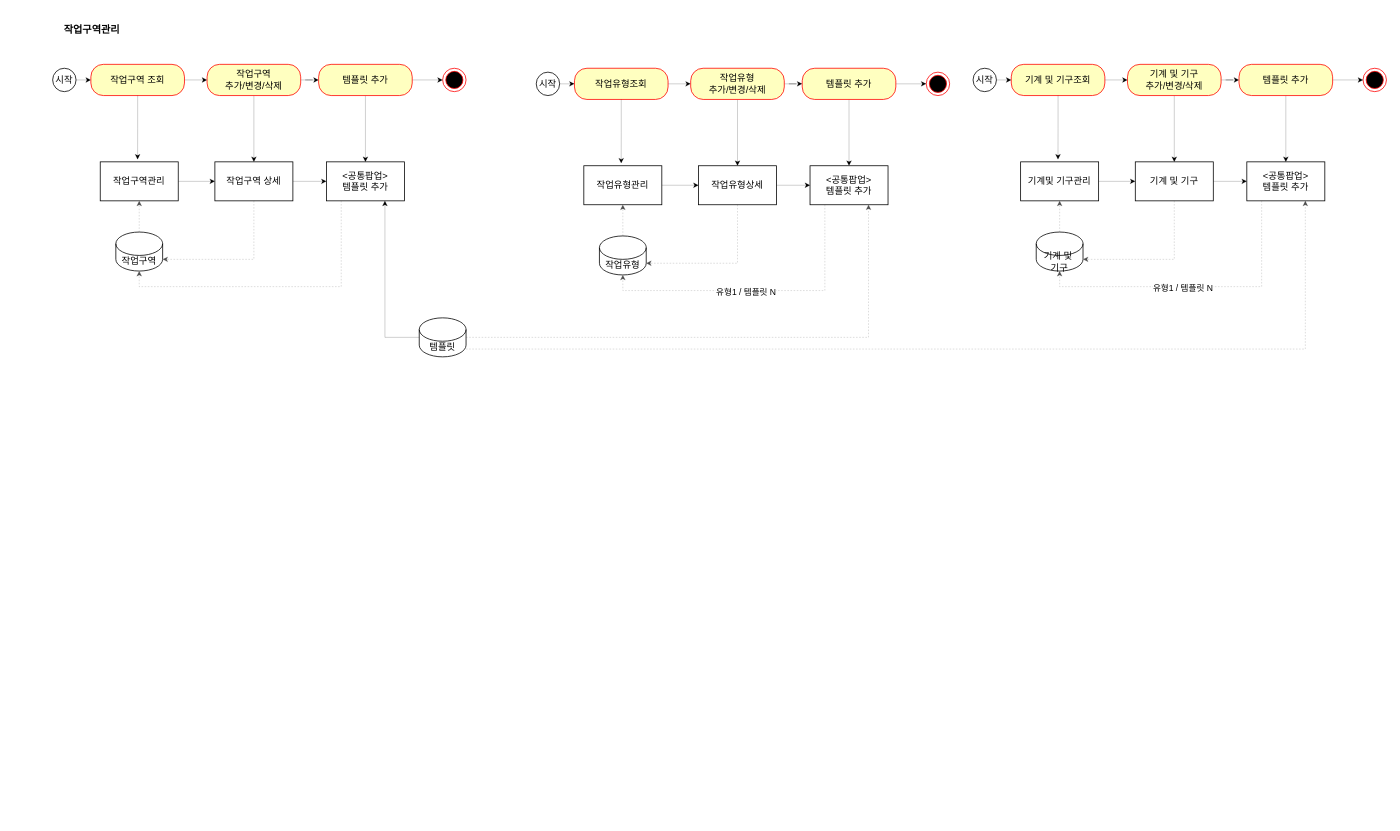
The draw.io diagram 안전관리Process.drawio in HwangHyun/wetube, before the edit. Source tidied: cells renumbered, new cells numbered last; positions are measured from the earlier drawing's top-left corner, leaving out a move shared by most shapes. Both pictures are drawn from the tidied source at 78%, with x=0, y=0 at pixel (52, 13).
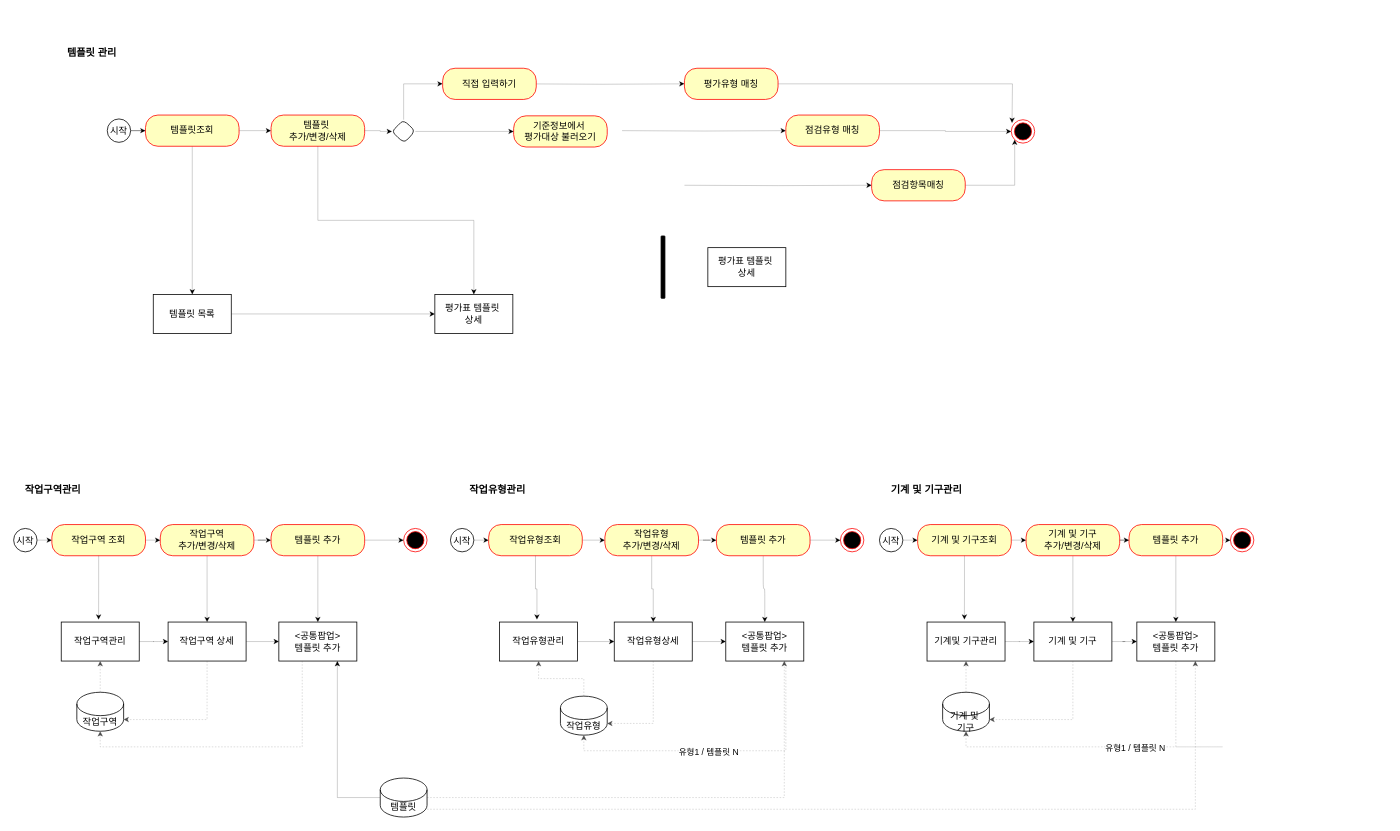
After the change.

Commit message (it also covers changes not shown here):
안전관리Process.drawio 업데이트

Change to the diagram source:
```diff
@@
     <mxCell id="2" style="ellipse;html=1;shape=endState;fillColor=#000000;strokeColor=#ff0000;" parent="1" vertex="1">
-      <mxGeometry x="500" y="70" width="30" height="30" as="geometry" />
+      <mxGeometry x="450" y="660" width="30" height="30" as="geometry" />
     </mxCell>
@@
     <mxCell id="4" value="시작" style="ellipse;" parent="1" vertex="1">
-      <mxGeometry y="70" width="30" height="30" as="geometry" />
+      <mxGeometry x="-50" y="660" width="30" height="30" as="geometry" />
     </mxCell>
@@
     <mxCell id="6" value="작업구역 조회" style="rounded=1;whiteSpace=wrap;html=1;arcSize=40;fontColor=#000000;fillColor=#ffffc0;strokeColor=#ff0000;" parent="1" vertex="1">
-      <mxGeometry x="49" y="65" width="120" height="40" as="geometry" />
+      <mxGeometry x="-1" y="655" width="120" height="40" as="geometry" />
     </mxCell>
@@
     <mxCell id="8" value="작업구역관리" style="html=1;dashed=0;whiteSpace=wrap;" parent="1" vertex="1">
-      <mxGeometry x="61" y="190" width="100" height="50" as="geometry" />
+      <mxGeometry x="11" y="780" width="100" height="50" as="geometry" />
     </mxCell>
@@
     <mxCell id="11" value="작업구역&lt;div&gt;추가/변경/삭제&lt;/div&gt;" style="rounded=1;whiteSpace=wrap;html=1;arcSize=40;fontColor=#000000;fillColor=#ffffc0;strokeColor=#ff0000;" parent="1" vertex="1">
-      <mxGeometry x="198" y="65" width="120" height="40" as="geometry" />
+      <mxGeometry x="138" y="655" width="120" height="40" as="geometry" />
     </mxCell>
@@
     <mxCell id="14" value="템플릿 추가" style="rounded=1;whiteSpace=wrap;html=1;arcSize=40;fontColor=#000000;fillColor=#ffffc0;strokeColor=#ff0000;" parent="1" vertex="1">
-      <mxGeometry x="341" y="65" width="120" height="40" as="geometry" />
+      <mxGeometry x="280" y="655" width="120" height="40" as="geometry" />
     </mxCell>
@@
     <mxCell id="16" value="작업구역" style="shape=cylinder3;whiteSpace=wrap;html=1;boundedLbl=1;backgroundOutline=1;size=15;" parent="1" vertex="1">
-      <mxGeometry x="81" y="280" width="60" height="50" as="geometry" />
+      <mxGeometry x="31" y="870" width="60" height="50" as="geometry" />
     </mxCell>
@@
     <mxCell id="19" value="작업구역 상세" style="html=1;dashed=0;whiteSpace=wrap;" parent="1" vertex="1">
-      <mxGeometry x="208" y="190" width="100" height="50" as="geometry" />
+      <mxGeometry x="148" y="780" width="100" height="50" as="geometry" />
     </mxCell>
@@
     <mxCell id="21" value="&lt;div&gt;&amp;lt;공통팝업&amp;gt;&lt;/div&gt;템플릿 추가" style="html=1;dashed=0;whiteSpace=wrap;" parent="1" vertex="1">
-      <mxGeometry x="351" y="190" width="100" height="50" as="geometry" />
+      <mxGeometry x="290" y="780" width="100" height="50" as="geometry" />
     </mxCell>
@@
     <mxCell id="25" value="템플릿" style="shape=cylinder3;whiteSpace=wrap;html=1;boundedLbl=1;backgroundOutline=1;size=15;" parent="1" vertex="1">
-      <mxGeometry x="470" y="390" width="60" height="50" as="geometry" />
+      <mxGeometry x="420" y="980" width="60" height="50" as="geometry" />
     </mxCell>
     <mxCell id="26" style="edgeStyle=orthogonalEdgeStyle;shape=connector;curved=0;rounded=0;jettySize=auto;html=1;entryX=0.5;entryY=1;entryDx=0;entryDy=0;entryPerimeter=0;strokeColor=#4D4D4D;strokeWidth=0.25;align=center;verticalAlign=middle;fontFamily=Helvetica;fontSize=11;fontColor=default;labelBackgroundColor=default;endArrow=classic;dashed=1;dashPattern=8 8;" parent="1" edge="1" source="21" target="16">
       <mxGeometry relative="1" as="geometry">
         <Array as="points">
-          <mxPoint x="370" y="350" />
-          <mxPoint x="111" y="350" />
+          <mxPoint x="320" y="940" />
+          <mxPoint x="61" y="940" />
         </Array>
       </mxGeometry>
     </mxCell>
     <mxCell id="27" style="ellipse;html=1;shape=endState;fillColor=#000000;strokeColor=#ff0000;" parent="1" vertex="1">
-      <mxGeometry x="1120" y="75" width="30" height="30" as="geometry" />
+      <mxGeometry x="1010" y="660" width="30" height="30" as="geometry" />
     </mxCell>
@@
     <mxCell id="29" value="시작" style="ellipse;" parent="1" vertex="1">
-      <mxGeometry x="620" y="75" width="30" height="30" as="geometry" />
+      <mxGeometry x="510" y="660" width="30" height="30" as="geometry" />
     </mxCell>
@@
     <mxCell id="31" value="작업유형조회" style="rounded=1;whiteSpace=wrap;html=1;arcSize=40;fontColor=#000000;fillColor=#ffffc0;strokeColor=#ff0000;" parent="1" vertex="1">
-      <mxGeometry x="669" y="70" width="120" height="40" as="geometry" />
+      <mxGeometry x="559" y="655" width="120" height="40" as="geometry" />
     </mxCell>
@@
     <mxCell id="33" value="작업유형관리" style="html=1;dashed=0;whiteSpace=wrap;" parent="1" vertex="1">
-      <mxGeometry x="681" y="195" width="100" height="50" as="geometry" />
+      <mxGeometry x="573" y="780" width="100" height="50" as="geometry" />
     </mxCell>
@@
     <mxCell id="36" value="&lt;div&gt;작업유형&lt;/div&gt;&lt;div&gt;추가/변경/삭제&lt;/div&gt;" style="rounded=1;whiteSpace=wrap;html=1;arcSize=40;fontColor=#000000;fillColor=#ffffc0;strokeColor=#ff0000;" parent="1" vertex="1">
-      <mxGeometry x="818" y="70" width="120" height="40" as="geometry" />
+      <mxGeometry x="708" y="655" width="120" height="40" as="geometry" />
     </mxCell>
@@
     <mxCell id="39" value="템플릿 추가" style="rounded=1;whiteSpace=wrap;html=1;arcSize=40;fontColor=#000000;fillColor=#ffffc0;strokeColor=#ff0000;" parent="1" vertex="1">
-      <mxGeometry x="961" y="70" width="120" height="40" as="geometry" />
+      <mxGeometry x="851" y="655" width="120" height="40" as="geometry" />
     </mxCell>
@@
     <mxCell id="41" value="작업유형" style="shape=cylinder3;whiteSpace=wrap;html=1;boundedLbl=1;backgroundOutline=1;size=15;" parent="1" vertex="1">
-      <mxGeometry x="701" y="285" width="60" height="50" as="geometry" />
+      <mxGeometry x="651" y="875" width="60" height="50" as="geometry" />
     </mxCell>
@@
     <mxCell id="44" value="작업유형상세" style="html=1;dashed=0;whiteSpace=wrap;" parent="1" vertex="1">
-      <mxGeometry x="828" y="195" width="100" height="50" as="geometry" />
+      <mxGeometry x="720" y="780" width="100" height="50" as="geometry" />
     </mxCell>
@@
     <mxCell id="46" value="&lt;div&gt;&amp;lt;공통팝업&amp;gt;&lt;/div&gt;템플릿 추가" style="html=1;dashed=0;whiteSpace=wrap;" parent="1" vertex="1">
-      <mxGeometry x="971" y="195" width="100" height="50" as="geometry" />
+      <mxGeometry x="863" y="780" width="100" height="50" as="geometry" />
     </mxCell>
     <mxCell id="47" style="edgeStyle=orthogonalEdgeStyle;shape=connector;curved=0;rounded=0;jettySize=auto;html=1;entryX=0.5;entryY=1;entryDx=0;entryDy=0;entryPerimeter=0;strokeColor=#4D4D4D;strokeWidth=0.25;align=center;verticalAlign=middle;fontFamily=Helvetica;fontSize=11;fontColor=default;labelBackgroundColor=default;endArrow=classic;dashed=1;dashPattern=8 8;" parent="1" edge="1" source="46" target="41">
       <mxGeometry relative="1" as="geometry">
         <Array as="points">
-          <mxPoint x="990" y="355" />
-          <mxPoint x="731" y="355" />
+          <mxPoint x="940" y="945" />
+          <mxPoint x="681" y="945" />
         </Array>
       </mxGeometry>
     </mxCell>
@@
     <mxCell id="49" style="ellipse;html=1;shape=endState;fillColor=#000000;strokeColor=#ff0000;" parent="1" vertex="1">
-      <mxGeometry x="1680" y="70" width="30" height="30" as="geometry" />
+      <mxGeometry x="1510" y="660" width="30" height="30" as="geometry" />
     </mxCell>
@@
     <mxCell id="51" value="시작" style="ellipse;" parent="1" vertex="1">
-      <mxGeometry x="1180" y="70" width="30" height="30" as="geometry" />
+      <mxGeometry x="1060" y="660" width="30" height="30" as="geometry" />
     </mxCell>
@@
     <mxCell id="53" value="기계 및 기구조회" style="rounded=1;whiteSpace=wrap;html=1;arcSize=40;fontColor=#000000;fillColor=#ffffc0;strokeColor=#ff0000;" parent="1" vertex="1">
-      <mxGeometry x="1229" y="65" width="120" height="40" as="geometry" />
+      <mxGeometry x="1109" y="655" width="120" height="40" as="geometry" />
     </mxCell>
@@
     <mxCell id="55" value="기계및 기구관리" style="html=1;dashed=0;whiteSpace=wrap;" parent="1" vertex="1">
-      <mxGeometry x="1241" y="190" width="100" height="50" as="geometry" />
+      <mxGeometry x="1121" y="780" width="100" height="50" as="geometry" />
     </mxCell>
@@
     <mxCell id="58" value="&lt;div&gt;기계 및 기구&lt;/div&gt;&lt;div&gt;추가/변경/삭제&lt;/div&gt;" style="rounded=1;whiteSpace=wrap;html=1;arcSize=40;fontColor=#000000;fillColor=#ffffc0;strokeColor=#ff0000;" parent="1" vertex="1">
-      <mxGeometry x="1378" y="65" width="120" height="40" as="geometry" />
+      <mxGeometry x="1248" y="655" width="120" height="40" as="geometry" />
     </mxCell>
@@
     <mxCell id="61" value="템플릿 추가" style="rounded=1;whiteSpace=wrap;html=1;arcSize=40;fontColor=#000000;fillColor=#ffffc0;strokeColor=#ff0000;" parent="1" vertex="1">
-      <mxGeometry x="1521" y="65" width="120" height="40" as="geometry" />
+      <mxGeometry x="1380" y="655" width="120" height="40" as="geometry" />
     </mxCell>
@@
     <mxCell id="63" value="기계 및&amp;nbsp;&lt;div&gt;기구&lt;/div&gt;" style="shape=cylinder3;whiteSpace=wrap;html=1;boundedLbl=1;backgroundOutline=1;size=15;" parent="1" vertex="1">
-      <mxGeometry x="1261" y="280" width="60" height="50" as="geometry" />
+      <mxGeometry x="1141" y="870" width="60" height="50" as="geometry" />
     </mxCell>
@@
     <mxCell id="66" value="기계 및 기구" style="html=1;dashed=0;whiteSpace=wrap;" parent="1" vertex="1">
-      <mxGeometry x="1388" y="190" width="100" height="50" as="geometry" />
+      <mxGeometry x="1258" y="780" width="100" height="50" as="geometry" />
     </mxCell>
@@
     <mxCell id="68" value="&lt;div&gt;&amp;lt;공통팝업&amp;gt;&lt;/div&gt;템플릿 추가" style="html=1;dashed=0;whiteSpace=wrap;" parent="1" vertex="1">
-      <mxGeometry x="1531" y="190" width="100" height="50" as="geometry" />
+      <mxGeometry x="1390" y="780" width="100" height="50" as="geometry" />
     </mxCell>
     <mxCell id="69" style="edgeStyle=orthogonalEdgeStyle;shape=connector;curved=0;rounded=0;jettySize=auto;html=1;entryX=0.5;entryY=1;entryDx=0;entryDy=0;entryPerimeter=0;strokeColor=#4D4D4D;strokeWidth=0.25;align=center;verticalAlign=middle;fontFamily=Helvetica;fontSize=11;fontColor=default;labelBackgroundColor=default;endArrow=classic;dashed=1;dashPattern=8 8;" parent="1" edge="1" source="68" target="63">
       <mxGeometry relative="1" as="geometry">
         <Array as="points">
-          <mxPoint x="1550" y="350" />
-          <mxPoint x="1291" y="350" />
+          <mxPoint x="1500" y="940" />
+          <mxPoint x="1241" y="940" />
         </Array>
       </mxGeometry>
     </mxCell>
@@
     <mxCell id="71" value="작업구역관리" style="text;strokeColor=none;fillColor=none;html=1;fontSize=13;fontStyle=1;verticalAlign=middle;align=center;fontFamily=Helvetica;fontColor=default;labelBackgroundColor=default;" parent="1" vertex="1">
-      <mxGeometry width="100" height="40" as="geometry" />
+      <mxGeometry x="-50" y="590" width="100" height="40" as="geometry" />
     </mxCell>
+    <mxCell id="72" value="작업유형관리" style="text;strokeColor=none;fillColor=none;html=1;fontSize=13;fontStyle=1;verticalAlign=middle;align=center;fontFamily=Helvetica;fontColor=default;labelBackgroundColor=default;" parent="1" vertex="1">
+      <mxGeometry x="520" y="590" width="100" height="40" as="geometry" />
+    </mxCell>
+    <mxCell id="73" value="기계 및 기구관리" style="text;strokeColor=none;fillColor=none;html=1;fontSize=13;fontStyle=1;verticalAlign=middle;align=center;fontFamily=Helvetica;fontColor=default;labelBackgroundColor=default;" parent="1" vertex="1">
+      <mxGeometry x="1070" y="590" width="100" height="40" as="geometry" />
+    </mxCell>
+    <mxCell id="74" value="템플릿 관리" style="text;strokeColor=none;fillColor=none;html=1;fontSize=13;fontStyle=1;verticalAlign=middle;align=center;fontFamily=Helvetica;fontColor=default;labelBackgroundColor=default;" parent="1" vertex="1">
+      <mxGeometry y="30" width="100" height="40" as="geometry" />
+    </mxCell>
+    <mxCell id="75" style="edgeStyle=orthogonalEdgeStyle;shape=connector;curved=0;rounded=0;jettySize=auto;html=1;exitX=1;exitY=0.5;exitDx=0;exitDy=0;strokeColor=default;strokeWidth=0.25;align=center;verticalAlign=middle;fontFamily=Helvetica;fontSize=11;fontColor=default;labelBackgroundColor=default;endArrow=classic;" parent="1" edge="1" source="76" target="79">
+      <mxGeometry relative="1" as="geometry" />
+    </mxCell>
+    <mxCell id="76" value="시작" style="ellipse;" parent="1" vertex="1">
+      <mxGeometry x="70" y="135" width="30" height="30" as="geometry" />
+    </mxCell>
+    <mxCell id="77" style="edgeStyle=orthogonalEdgeStyle;shape=connector;curved=0;rounded=0;jettySize=auto;html=1;entryX=0;entryY=0.5;entryDx=0;entryDy=0;strokeColor=default;strokeWidth=0.25;align=center;verticalAlign=middle;fontFamily=Helvetica;fontSize=11;fontColor=default;labelBackgroundColor=default;endArrow=classic;" parent="1" edge="1" source="79" target="80">
+      <mxGeometry relative="1" as="geometry" />
+    </mxCell>
+    <mxCell id="78" style="edgeStyle=orthogonalEdgeStyle;shape=connector;curved=0;rounded=0;jettySize=auto;html=1;strokeColor=default;strokeWidth=0.25;align=center;verticalAlign=middle;fontFamily=Helvetica;fontSize=11;fontColor=default;labelBackgroundColor=default;endArrow=classic;" parent="1" edge="1" source="79" target="92">
+      <mxGeometry relative="1" as="geometry" />
+    </mxCell>
+    <mxCell id="79" value="템플릿조회" style="rounded=1;whiteSpace=wrap;html=1;arcSize=40;fontColor=#000000;fillColor=#ffffc0;strokeColor=#ff0000;" parent="1" vertex="1">
+      <mxGeometry x="119" y="130" width="120" height="40" as="geometry" />
+    </mxCell>
+    <mxCell id="80" value="템플릿&amp;nbsp;&lt;div&gt;추가/변경/삭제&lt;/div&gt;" style="rounded=1;whiteSpace=wrap;html=1;arcSize=40;fontColor=#000000;fillColor=#ffffc0;strokeColor=#ff0000;" parent="1" vertex="1">
+      <mxGeometry x="280" y="130" width="120" height="40" as="geometry" />
+    </mxCell>
+    <mxCell id="81" style="edgeStyle=orthogonalEdgeStyle;shape=connector;curved=0;rounded=0;jettySize=auto;html=1;entryX=0;entryY=0.5;entryDx=0;entryDy=0;strokeColor=default;strokeWidth=0.25;align=center;verticalAlign=middle;fontFamily=Helvetica;fontSize=11;fontColor=default;labelBackgroundColor=default;endArrow=classic;" parent="1" edge="1" target="86">
+      <mxGeometry relative="1" as="geometry">
+        <mxPoint x="600" y="90" as="sourcePoint" />
+      </mxGeometry>
+    </mxCell>
+    <mxCell id="82" style="edgeStyle=orthogonalEdgeStyle;shape=connector;curved=0;rounded=0;jettySize=auto;html=1;strokeColor=default;strokeWidth=0.25;align=center;verticalAlign=middle;fontFamily=Helvetica;fontSize=11;fontColor=default;labelBackgroundColor=default;endArrow=classic;exitX=0.5;exitY=1;exitDx=0;exitDy=0;" parent="1" edge="1" source="80" target="95">
+      <mxGeometry relative="1" as="geometry" />
+    </mxCell>
+    <mxCell id="83" style="edgeStyle=orthogonalEdgeStyle;shape=connector;curved=0;rounded=0;jettySize=auto;html=1;entryX=0;entryY=0.5;entryDx=0;entryDy=0;strokeColor=default;strokeWidth=0.25;align=center;verticalAlign=middle;fontFamily=Helvetica;fontSize=11;fontColor=default;labelBackgroundColor=default;endArrow=classic;" parent="1" edge="1" target="88">
+      <mxGeometry relative="1" as="geometry">
+        <mxPoint x="730" y="150" as="sourcePoint" />
+      </mxGeometry>
+    </mxCell>
+    <mxCell id="84" style="edgeStyle=orthogonalEdgeStyle;shape=connector;curved=0;rounded=0;jettySize=auto;html=1;entryX=0;entryY=0.5;entryDx=0;entryDy=0;strokeColor=default;strokeWidth=0.25;align=center;verticalAlign=middle;fontFamily=Helvetica;fontSize=11;fontColor=default;labelBackgroundColor=default;endArrow=classic;" parent="1" edge="1" target="90">
+      <mxGeometry relative="1" as="geometry">
+        <mxPoint x="810" y="220" as="sourcePoint" />
+      </mxGeometry>
+    </mxCell>
+    <mxCell id="85" style="edgeStyle=orthogonalEdgeStyle;shape=connector;curved=0;rounded=0;jettySize=auto;html=1;strokeColor=default;strokeWidth=0.25;align=center;verticalAlign=middle;fontFamily=Helvetica;fontSize=11;fontColor=default;labelBackgroundColor=default;endArrow=classic;" parent="1" edge="1" source="86">
+      <mxGeometry relative="1" as="geometry">
+        <mxPoint x="1230" y="140" as="targetPoint" />
+      </mxGeometry>
+    </mxCell>
+    <mxCell id="86" value="평가유형 매칭" style="rounded=1;whiteSpace=wrap;html=1;arcSize=40;fontColor=#000000;fillColor=#ffffc0;strokeColor=#ff0000;" parent="1" vertex="1">
+      <mxGeometry x="810" y="70" width="120" height="40" as="geometry" />
+    </mxCell>
+    <mxCell id="87" style="edgeStyle=orthogonalEdgeStyle;shape=connector;curved=0;rounded=0;jettySize=auto;html=1;entryX=0;entryY=0.5;entryDx=0;entryDy=0;strokeColor=default;strokeWidth=0.25;align=center;verticalAlign=middle;fontFamily=Helvetica;fontSize=11;fontColor=default;labelBackgroundColor=default;endArrow=classic;" parent="1" edge="1" source="88" target="94">
+      <mxGeometry relative="1" as="geometry" />
+    </mxCell>
+    <mxCell id="88" value="점검유형 매칭" style="rounded=1;whiteSpace=wrap;html=1;arcSize=40;fontColor=#000000;fillColor=#ffffc0;strokeColor=#ff0000;" parent="1" vertex="1">
+      <mxGeometry x="940" y="130" width="120" height="40" as="geometry" />
+    </mxCell>
+    <mxCell id="89" style="edgeStyle=orthogonalEdgeStyle;shape=connector;curved=0;rounded=0;jettySize=auto;html=1;entryX=0;entryY=1;entryDx=0;entryDy=0;strokeColor=default;strokeWidth=0.25;align=center;verticalAlign=middle;fontFamily=Helvetica;fontSize=11;fontColor=default;labelBackgroundColor=default;endArrow=classic;" parent="1" edge="1" source="90" target="94">
+      <mxGeometry relative="1" as="geometry" />
+    </mxCell>
+    <mxCell id="90" value="점검항목매칭" style="rounded=1;whiteSpace=wrap;html=1;arcSize=40;fontColor=#000000;fillColor=#ffffc0;strokeColor=#ff0000;" parent="1" vertex="1">
+      <mxGeometry x="1050" y="200" width="120" height="40" as="geometry" />
+    </mxCell>
+    <mxCell id="91" style="edgeStyle=orthogonalEdgeStyle;shape=connector;curved=0;rounded=0;jettySize=auto;html=1;exitX=1;exitY=0.5;exitDx=0;exitDy=0;strokeColor=default;strokeWidth=0.25;align=center;verticalAlign=middle;fontFamily=Helvetica;fontSize=11;fontColor=default;labelBackgroundColor=default;endArrow=classic;entryX=0;entryY=0.5;entryDx=0;entryDy=0;" parent="1" edge="1" source="92" target="95">
+      <mxGeometry relative="1" as="geometry" />
+    </mxCell>
+    <mxCell id="92" value="템플릿 목록" style="html=1;dashed=0;whiteSpace=wrap;" parent="1" vertex="1">
+      <mxGeometry x="129" y="360" width="100" height="50" as="geometry" />
+    </mxCell>
+    <mxCell id="93" style="edgeStyle=orthogonalEdgeStyle;shape=connector;curved=0;rounded=0;jettySize=auto;html=1;entryX=0;entryY=0.5;entryDx=0;entryDy=0;strokeColor=default;strokeWidth=0.25;align=center;verticalAlign=middle;fontFamily=Helvetica;fontSize=11;fontColor=default;labelBackgroundColor=default;endArrow=classic;" parent="1" edge="1" source="80" target="101">
+      <mxGeometry relative="1" as="geometry" />
+    </mxCell>
+    <mxCell id="94" style="ellipse;html=1;shape=endState;fillColor=#000000;strokeColor=#ff0000;" parent="1" vertex="1">
+      <mxGeometry x="1229" y="136" width="30" height="30" as="geometry" />
+    </mxCell>
+    <mxCell id="95" value="평가표 템플릿&amp;nbsp;&lt;div&gt;상세&lt;/div&gt;" style="html=1;dashed=0;whiteSpace=wrap;" parent="1" vertex="1">
+      <mxGeometry x="490" y="360" width="100" height="50" as="geometry" />
+    </mxCell>
+    <mxCell id="96" value="평가표 템플릿&amp;nbsp;&lt;div&gt;상세&lt;/div&gt;" style="html=1;dashed=0;whiteSpace=wrap;" parent="1" vertex="1">
+      <mxGeometry x="840" y="300" width="100" height="50" as="geometry" />
+    </mxCell>
+    <mxCell id="97" style="html=1;perimeter=orthogonalPerimeter;fillColor=strokeColor;rounded=1;fontFamily=Helvetica;fontSize=11;fontColor=default;labelBackgroundColor=default;" parent="1" vertex="1">
+      <mxGeometry x="780" y="285" width="5" height="80" as="geometry" />
+    </mxCell>
+    <mxCell id="98" value="기준정보에서&amp;nbsp;&lt;div&gt;평가대상 불러오기&lt;/div&gt;" style="rounded=1;whiteSpace=wrap;html=1;arcSize=40;fontColor=#000000;fillColor=#ffffc0;strokeColor=#ff0000;" parent="1" vertex="1">
+      <mxGeometry x="591" y="131" width="120" height="40" as="geometry" />
+    </mxCell>
+    <mxCell id="99" style="edgeStyle=orthogonalEdgeStyle;shape=connector;curved=0;rounded=0;jettySize=auto;html=1;entryX=0;entryY=0.5;entryDx=0;entryDy=0;strokeColor=default;strokeWidth=0.25;align=center;verticalAlign=middle;fontFamily=Helvetica;fontSize=11;fontColor=default;labelBackgroundColor=default;endArrow=classic;" parent="1" edge="1" source="101" target="98">
+      <mxGeometry relative="1" as="geometry" />
+    </mxCell>
+    <mxCell id="100" style="edgeStyle=orthogonalEdgeStyle;shape=connector;curved=0;rounded=0;jettySize=auto;html=1;entryX=0;entryY=0.5;entryDx=0;entryDy=0;strokeColor=default;strokeWidth=0.25;align=center;verticalAlign=middle;fontFamily=Helvetica;fontSize=11;fontColor=default;labelBackgroundColor=default;endArrow=classic;exitX=0.5;exitY=0;exitDx=0;exitDy=0;" parent="1" edge="1" source="101" target="102">
+      <mxGeometry relative="1" as="geometry" />
+    </mxCell>
+    <mxCell id="101" style="rhombus;rounded=1;fontFamily=Helvetica;fontSize=11;fontColor=default;labelBackgroundColor=default;" parent="1" vertex="1">
+      <mxGeometry x="435" y="136" width="30" height="30" as="geometry" />
+    </mxCell>
+    <mxCell id="102" value="직접 입력하기" style="rounded=1;whiteSpace=wrap;html=1;arcSize=40;fontColor=#000000;fillColor=#ffffc0;strokeColor=#ff0000;" parent="1" vertex="1">
+      <mxGeometry x="500" y="70" width="120" height="40" as="geometry" />
+    </mxCell>
```
